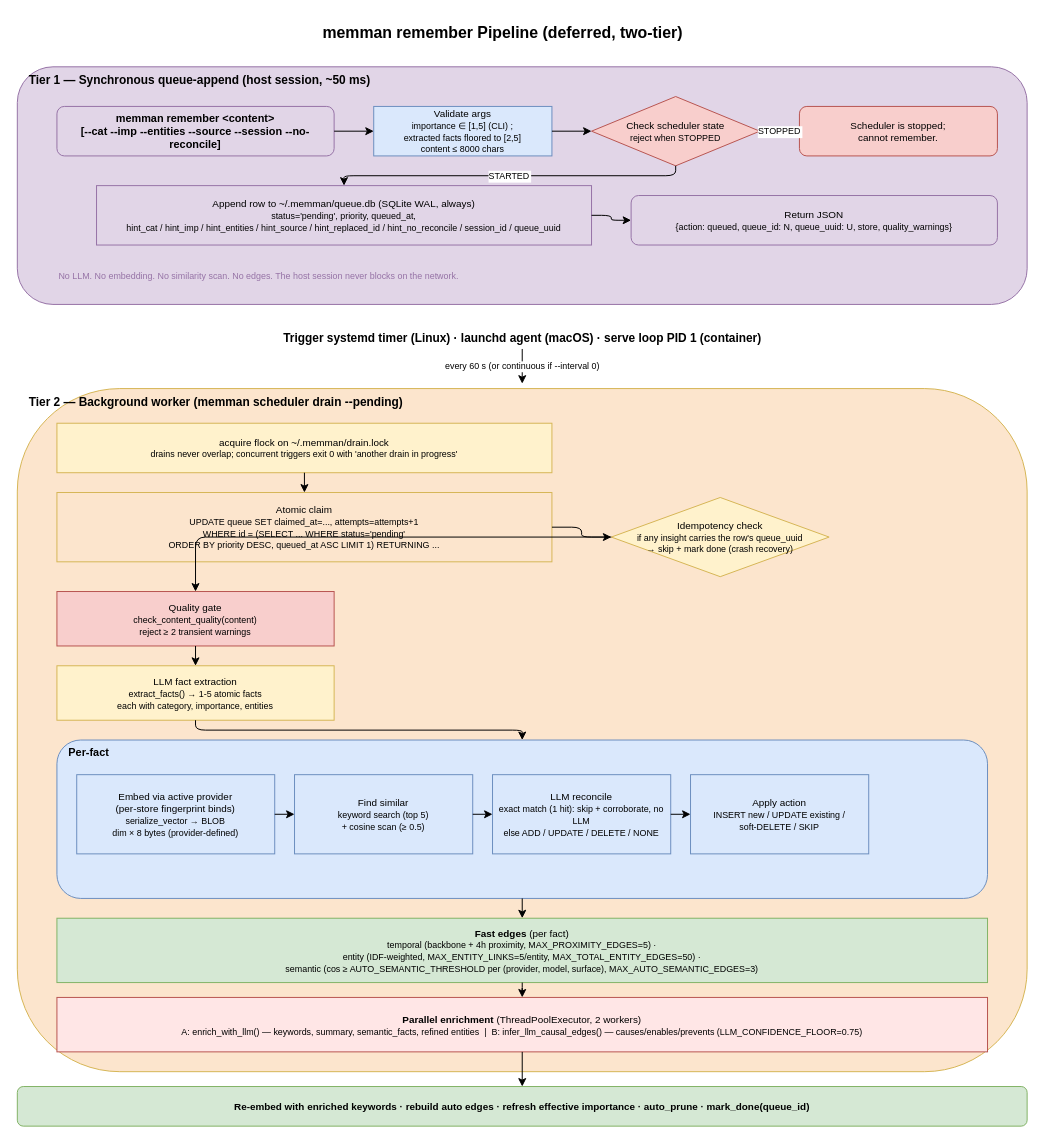
Earlier version of the draw.io diagram docs/diagrams/02-remember-pipeline.drawio (bissli/memman). Source tidied: cells renumbered, new cells numbered last; positions are measured from the earlier drawing's top-left corner, leaving out a move shared by most shapes. Both pictures are drawn from the tidied source at 99%, with x=0, y=0 at pixel (17, 17).
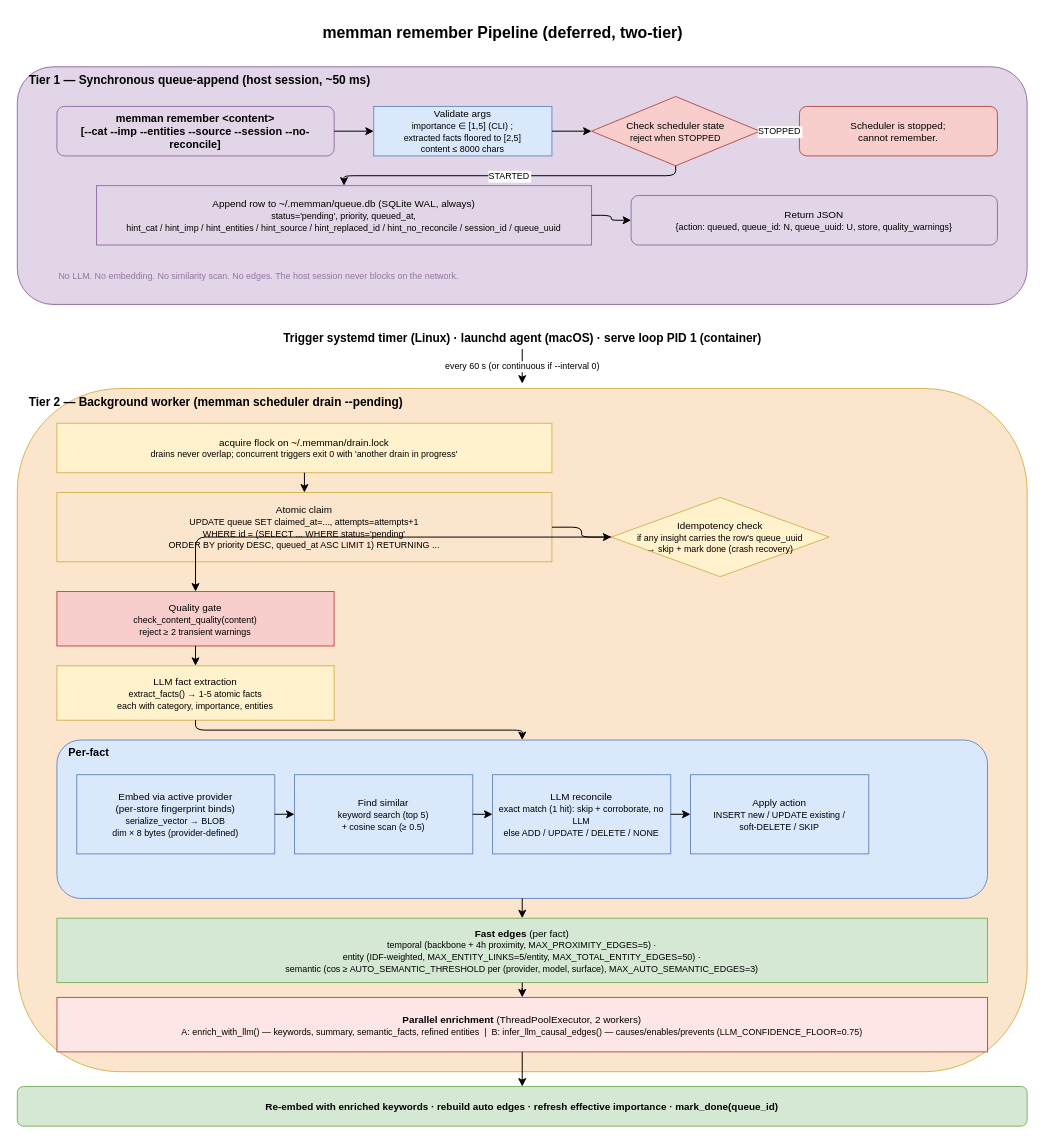
Above is the later version.

Diff of the diagram source:
```diff
@@
-    <mxCell id="34" value="Re-embed with enriched keywords  ·  rebuild auto edges  ·  refresh effective importance  ·  auto_prune  ·  mark_done(queue_id)" style="rounded=1;whiteSpace=wrap;html=1;fillColor=#d5e8d4;strokeColor=#82b366;fontSize=10;fontStyle=1;" parent="1" vertex="1">
+    <mxCell id="34" value="Re-embed with enriched keywords  ·  rebuild auto edges  ·  refresh effective importance  ·  mark_done(queue_id)" style="rounded=1;whiteSpace=wrap;html=1;fillColor=#d5e8d4;strokeColor=#82b366;fontSize=10;fontStyle=1;" parent="1" vertex="1">
       <mxGeometry y="1080" width="1020" height="40" as="geometry" />
     </mxCell>
```
